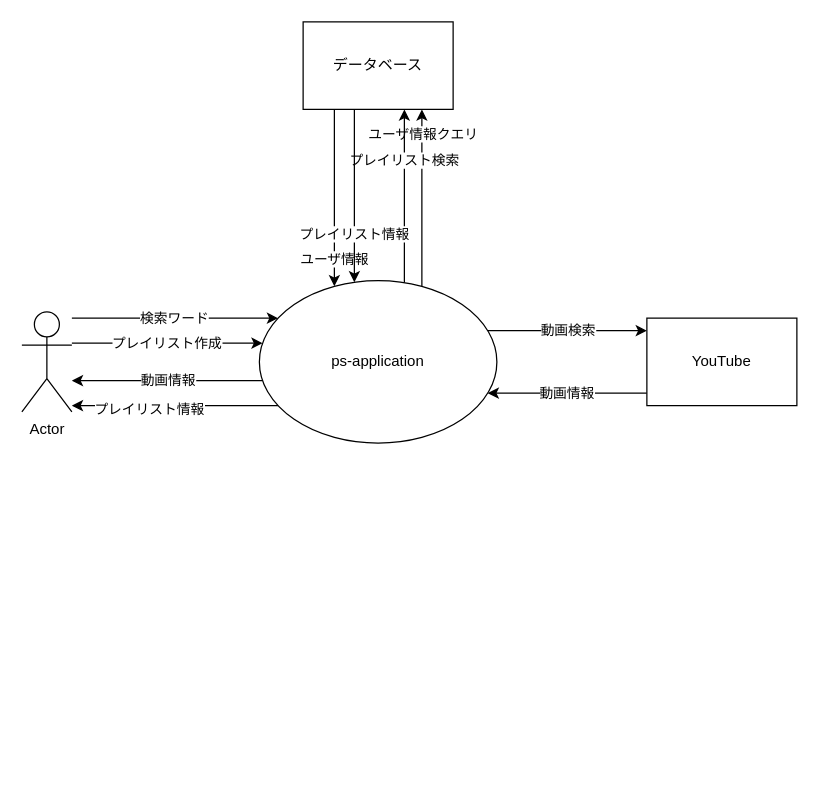
toki0902/psApp_Nextjs keeps this draw.io diagram as docs/context-diagram.drawio. Above is the earlier version. Source tidied: cells renumbered, new cells numbered last; positions are measured from the earlier drawing's top-left corner, leaving out a move shared by most shapes. Both pictures are drawn from the tidied source at 125%, with x=0, y=0 at pixel (21, 21).
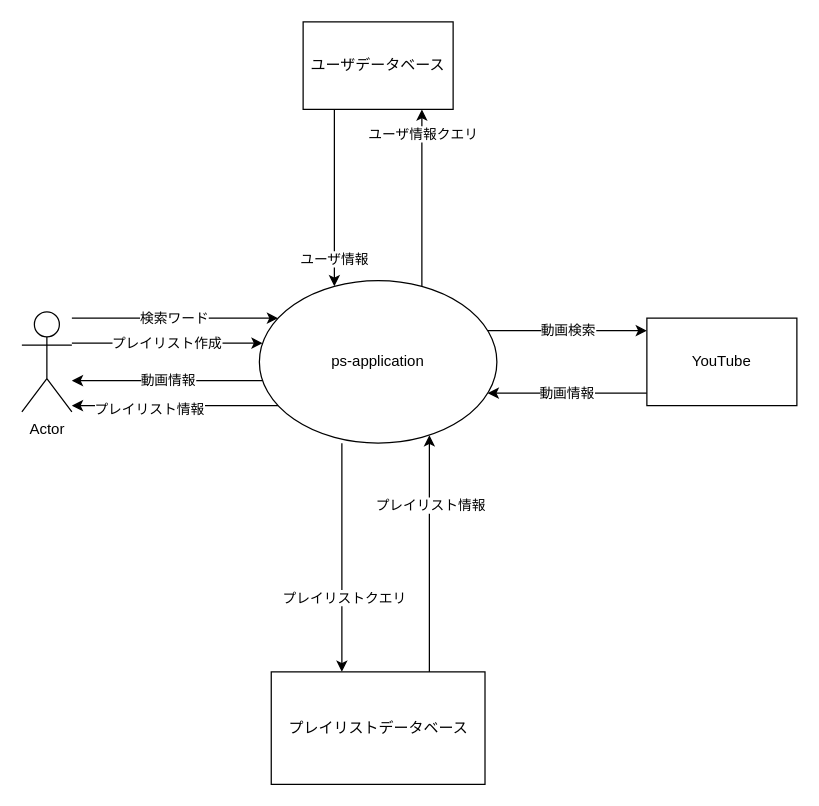
Above is the later version.

Unchanged cells that the change refers to:
```xml
<mxCell id="9" value="ps-application" style="ellipse;whiteSpace=wrap;html=1;" parent="1" vertex="1">
  <mxGeometry x="190" y="207" width="190" height="130" as="geometry" />
</mxCell>
```

Change to the diagram source:
```diff
@@
-    <mxCell id="5" value="プレイリスト検索" style="edgeStyle=orthogonalEdgeStyle;curved=1;jumpStyle=arc;html=1;startArrow=none;startFill=0;endArrow=classic;endFill=1;" parent="1" edge="1" source="9" target="11">
-      <mxGeometry x="0.42" relative="1" as="geometry">
-        <Array as="points">
-          <mxPoint x="306" y="170" />
-          <mxPoint x="306" y="170" />
-        </Array>
-      </mxGeometry>
-    </mxCell>
@@
+    <mxCell id="18" style="edgeStyle=none;html=1;" parent="1" edge="1">
+      <mxGeometry relative="1" as="geometry">
+        <mxPoint x="256" y="337" as="sourcePoint" />
+        <mxPoint x="256" y="520" as="targetPoint" />
+      </mxGeometry>
+    </mxCell>
+    <mxCell id="19" value="プレイリストクエリ" style="edgeLabel;html=1;align=center;verticalAlign=middle;" parent="18" vertex="1">
+      <mxGeometry x="0.34" y="1" relative="1" as="geometry" />
+    </mxCell>
@@
-    <mxCell id="11" value="データベース" style="rounded=0;whiteSpace=wrap;html=1;" parent="1" vertex="1">
+    <mxCell id="11" value="ユーザデータベース" style="rounded=0;whiteSpace=wrap;html=1;" parent="1" vertex="1">
       <mxGeometry x="225" width="120" height="70" as="geometry" />
     </mxCell>
@@
-    <mxCell id="17" value="プレイリスト情報" style="edgeStyle=orthogonalEdgeStyle;curved=1;jumpStyle=arc;html=1;startArrow=none;startFill=0;endArrow=classic;endFill=1;" parent="1" edge="1" source="11" target="9">
-      <mxGeometry x="0.45" relative="1" as="geometry">
+    <mxCell id="17" value="プレイリスト情報" style="edgeStyle=orthogonalEdgeStyle;curved=1;jumpStyle=arc;html=1;startArrow=none;startFill=0;endArrow=classic;endFill=1;" parent="1" edge="1" source="20" target="9">
+      <mxGeometry x="0.4" y="-1" relative="1" as="geometry">
         <Array as="points">
-          <mxPoint x="266" y="140" />
-          <mxPoint x="266" y="140" />
+          <mxPoint x="326" y="450" />
+          <mxPoint x="326" y="450" />
         </Array>
       </mxGeometry>
     </mxCell>
+    <mxCell id="20" value="プレイリストデータベース" style="rounded=0;whiteSpace=wrap;html=1;" parent="1" vertex="1">
+      <mxGeometry x="199.5" y="520" width="171" height="90" as="geometry" />
+    </mxCell>
```
